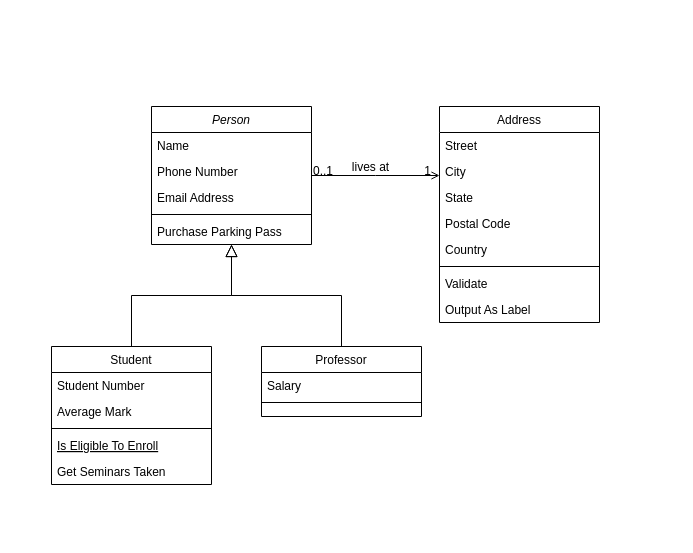
Before: hooligans.drawio in PerfectforRelegation/Hooligans_Server, a draw.io diagram. Source tidied: cells renumbered, new cells numbered last; positions are measured from the earlier drawing's top-left corner, leaving out a move shared by most shapes. Both pictures are drawn from the tidied source at 100%, with x=0, y=0 at pixel (51, 106).
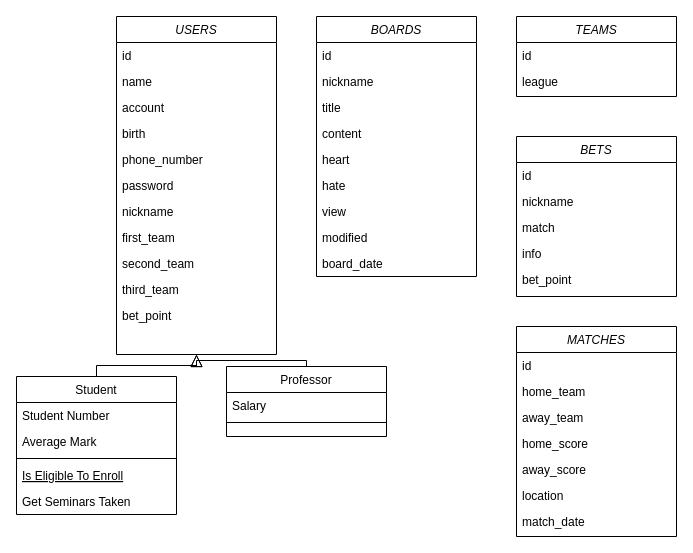
After the change.

Diff of the diagram source:
```diff
@@
-    <mxCell id="2" value="Person" style="swimlane;fontStyle=2;align=center;verticalAlign=top;horizontal=1;startSize=26;rounded=0;shadow=0;strokeWidth=1;" parent="1" vertex="1">
-      <mxGeometry x="100" width="160" height="138" as="geometry" />
+    <mxCell id="2" value="USERS" style="swimlane;fontStyle=2;align=center;verticalAlign=top;horizontal=1;startSize=26;rounded=0;shadow=0;strokeWidth=1;" parent="1" vertex="1">
+      <mxGeometry x="65" y="-90" width="160" height="338" as="geometry" />
     </mxCell>
-    <mxCell id="3" value="Name" style="text;align=left;verticalAlign=top;spacingLeft=4;spacingRight=4;overflow=hidden;" parent="2" vertex="1">
+    <mxCell id="3" value="id" style="text;align=left;verticalAlign=top;spacingLeft=4;spacingRight=4;overflow=hidden;" parent="2" vertex="1">
       <mxGeometry y="26" width="160" height="26" as="geometry" />
     </mxCell>
-    <mxCell id="4" value="Phone Number" style="text;align=left;verticalAlign=top;spacingLeft=4;spacingRight=4;overflow=hidden;rounded=0;shadow=0;html=0;" parent="2" vertex="1">
+    <mxCell id="4" value="name" style="text;align=left;verticalAlign=top;spacingLeft=4;spacingRight=4;overflow=hidden;rounded=0;shadow=0;html=0;" parent="2" vertex="1">
       <mxGeometry y="52" width="160" height="26" as="geometry" />
     </mxCell>
-    <mxCell id="5" value="Email Address" style="text;align=left;verticalAlign=top;spacingLeft=4;spacingRight=4;overflow=hidden;rounded=0;shadow=0;html=0;" parent="2" vertex="1">
+    <mxCell id="5" value="account" style="text;align=left;verticalAlign=top;spacingLeft=4;spacingRight=4;overflow=hidden;rounded=0;shadow=0;html=0;" parent="2" vertex="1">
       <mxGeometry y="78" width="160" height="26" as="geometry" />
     </mxCell>
-    <mxCell id="6" style="line;html=1;strokeWidth=1;align=left;verticalAlign=middle;spacingTop=-1;spacingLeft=3;spacingRight=3;labelPosition=right;" parent="2" vertex="1">
-      <mxGeometry y="104" width="160" height="8" as="geometry" />
-    </mxCell>
-    <mxCell id="7" value="Purchase Parking Pass" style="text;align=left;verticalAlign=top;spacingLeft=4;spacingRight=4;overflow=hidden;" parent="2" vertex="1">
-      <mxGeometry y="112" width="160" height="26" as="geometry" />
-    </mxCell>
+    <mxCell id="32" value="birth" style="text;align=left;verticalAlign=top;spacingLeft=4;spacingRight=4;overflow=hidden;rounded=0;shadow=0;html=0;" parent="2" vertex="1">
+      <mxGeometry y="104" width="160" height="26" as="geometry" />
+    </mxCell>
+    <mxCell id="33" value="phone_number" style="text;align=left;verticalAlign=top;spacingLeft=4;spacingRight=4;overflow=hidden;rounded=0;shadow=0;html=0;" parent="2" vertex="1">
+      <mxGeometry y="130" width="160" height="26" as="geometry" />
+    </mxCell>
+    <mxCell id="34" value="password" style="text;align=left;verticalAlign=top;spacingLeft=4;spacingRight=4;overflow=hidden;rounded=0;shadow=0;html=0;" parent="2" vertex="1">
+      <mxGeometry y="156" width="160" height="26" as="geometry" />
+    </mxCell>
+    <mxCell id="35" value="nickname" style="text;align=left;verticalAlign=top;spacingLeft=4;spacingRight=4;overflow=hidden;rounded=0;shadow=0;html=0;" parent="2" vertex="1">
+      <mxGeometry y="182" width="160" height="26" as="geometry" />
+    </mxCell>
+    <mxCell id="36" value="first_team" style="text;align=left;verticalAlign=top;spacingLeft=4;spacingRight=4;overflow=hidden;rounded=0;shadow=0;html=0;" parent="2" vertex="1">
+      <mxGeometry y="208" width="160" height="26" as="geometry" />
+    </mxCell>
+    <mxCell id="37" value="second_team" style="text;align=left;verticalAlign=top;spacingLeft=4;spacingRight=4;overflow=hidden;rounded=0;shadow=0;html=0;" parent="2" vertex="1">
+      <mxGeometry y="234" width="160" height="26" as="geometry" />
+    </mxCell>
+    <mxCell id="38" value="third_team" style="text;align=left;verticalAlign=top;spacingLeft=4;spacingRight=4;overflow=hidden;rounded=0;shadow=0;html=0;" parent="2" vertex="1">
+      <mxGeometry y="260" width="160" height="26" as="geometry" />
+    </mxCell>
+    <mxCell id="39" value="bet_point" style="text;align=left;verticalAlign=top;spacingLeft=4;spacingRight=4;overflow=hidden;rounded=0;shadow=0;html=0;" parent="2" vertex="1">
+      <mxGeometry y="286" width="160" height="26" as="geometry" />
+    </mxCell>
     <mxCell id="8" value="Student" style="swimlane;fontStyle=0;align=center;verticalAlign=top;horizontal=1;startSize=26;rounded=0;shadow=0;strokeWidth=1;" parent="1" vertex="1">
-      <mxGeometry y="240" width="160" height="138" as="geometry" />
+      <mxGeometry x="-35" y="270" width="160" height="138" as="geometry" />
     </mxCell>
@@
     <mxCell id="15" value="Professor" style="swimlane;fontStyle=0;align=center;verticalAlign=top;horizontal=1;startSize=26;rounded=0;shadow=0;strokeWidth=1;" parent="1" vertex="1">
-      <mxGeometry x="210" y="240" width="160" height="70" as="geometry" />
+      <mxGeometry x="175" y="260" width="160" height="70" as="geometry" />
     </mxCell>
@@
-    <mxCell id="19" value="Address" style="swimlane;fontStyle=0;align=center;verticalAlign=top;horizontal=1;startSize=26;rounded=0;shadow=0;strokeWidth=1;" parent="1" vertex="1">
-      <mxGeometry x="388" width="160" height="216" as="geometry" />
-    </mxCell>
-    <mxCell id="20" value="Street" style="text;align=left;verticalAlign=top;spacingLeft=4;spacingRight=4;overflow=hidden;" parent="19" vertex="1">
-      <mxGeometry y="26" width="160" height="26" as="geometry" />
-    </mxCell>
-    <mxCell id="21" value="City" style="text;align=left;verticalAlign=top;spacingLeft=4;spacingRight=4;overflow=hidden;rounded=0;shadow=0;html=0;" parent="19" vertex="1">
-      <mxGeometry y="52" width="160" height="26" as="geometry" />
-    </mxCell>
-    <mxCell id="22" value="State" style="text;align=left;verticalAlign=top;spacingLeft=4;spacingRight=4;overflow=hidden;rounded=0;shadow=0;html=0;" parent="19" vertex="1">
-      <mxGeometry y="78" width="160" height="26" as="geometry" />
-    </mxCell>
-    <mxCell id="23" value="Postal Code" style="text;align=left;verticalAlign=top;spacingLeft=4;spacingRight=4;overflow=hidden;rounded=0;shadow=0;html=0;" parent="19" vertex="1">
-      <mxGeometry y="104" width="160" height="26" as="geometry" />
-    </mxCell>
-    <mxCell id="24" value="Country" style="text;align=left;verticalAlign=top;spacingLeft=4;spacingRight=4;overflow=hidden;rounded=0;shadow=0;html=0;" parent="19" vertex="1">
-      <mxGeometry y="130" width="160" height="26" as="geometry" />
-    </mxCell>
-    <mxCell id="25" style="line;html=1;strokeWidth=1;align=left;verticalAlign=middle;spacingTop=-1;spacingLeft=3;spacingRight=3;labelPosition=right;" parent="19" vertex="1">
-      <mxGeometry y="156" width="160" height="8" as="geometry" />
-    </mxCell>
-    <mxCell id="26" value="Validate" style="text;align=left;verticalAlign=top;spacingLeft=4;spacingRight=4;overflow=hidden;" parent="19" vertex="1">
-      <mxGeometry y="164" width="160" height="26" as="geometry" />
-    </mxCell>
-    <mxCell id="27" value="Output As Label" style="text;align=left;verticalAlign=top;spacingLeft=4;spacingRight=4;overflow=hidden;" parent="19" vertex="1">
-      <mxGeometry y="190" width="160" height="26" as="geometry" />
-    </mxCell>
-    <mxCell id="28" style="endArrow=open;shadow=0;strokeWidth=1;rounded=0;endFill=1;edgeStyle=elbowEdgeStyle;elbow=vertical;" parent="1" edge="1" source="2" target="19">
-      <mxGeometry x="0.5" y="41" relative="1" as="geometry">
-        <mxPoint x="-40" y="32" as="offset" />
-      </mxGeometry>
-    </mxCell>
-    <mxCell id="29" value="0..1" style="align=left;verticalAlign=bottom;labelBackgroundColor=none;fontSize=12;" parent="28" vertex="1">
-      <mxGeometry x="-1" relative="1" as="geometry">
-        <mxPoint y="4" as="offset" />
-      </mxGeometry>
-    </mxCell>
-    <mxCell id="30" value="1" style="align=right;verticalAlign=bottom;labelBackgroundColor=none;fontSize=12;" parent="28" vertex="1">
-      <mxGeometry x="1" relative="1" as="geometry">
-        <mxPoint x="-7" y="4" as="offset" />
-      </mxGeometry>
-    </mxCell>
-    <mxCell id="31" value="lives at" style="text;html=1;align=center;verticalAlign=middle;labelBackgroundColor=none;rounded=0;shadow=0;strokeWidth=1;fontSize=12;" parent="28" vertex="1">
-      <mxGeometry x="0.5" y="49" relative="1" as="geometry">
-        <mxPoint x="-38" y="40" as="offset" />
-      </mxGeometry>
-    </mxCell>
+    <mxCell id="40" value="BOARDS" style="swimlane;fontStyle=2;align=center;verticalAlign=top;horizontal=1;startSize=26;rounded=0;shadow=0;strokeWidth=1;" parent="1" vertex="1">
+      <mxGeometry x="265" y="-90" width="160" height="260" as="geometry" />
+    </mxCell>
+    <mxCell id="41" value="id" style="text;align=left;verticalAlign=top;spacingLeft=4;spacingRight=4;overflow=hidden;" parent="40" vertex="1">
+      <mxGeometry y="26" width="160" height="26" as="geometry" />
+    </mxCell>
+    <mxCell id="42" value="nickname" style="text;align=left;verticalAlign=top;spacingLeft=4;spacingRight=4;overflow=hidden;rounded=0;shadow=0;html=0;" parent="40" vertex="1">
+      <mxGeometry y="52" width="160" height="26" as="geometry" />
+    </mxCell>
+    <mxCell id="43" value="title" style="text;align=left;verticalAlign=top;spacingLeft=4;spacingRight=4;overflow=hidden;rounded=0;shadow=0;html=0;" parent="40" vertex="1">
+      <mxGeometry y="78" width="160" height="26" as="geometry" />
+    </mxCell>
+    <mxCell id="44" value="content" style="text;align=left;verticalAlign=top;spacingLeft=4;spacingRight=4;overflow=hidden;rounded=0;shadow=0;html=0;" parent="40" vertex="1">
+      <mxGeometry y="104" width="160" height="26" as="geometry" />
+    </mxCell>
+    <mxCell id="45" value="heart" style="text;align=left;verticalAlign=top;spacingLeft=4;spacingRight=4;overflow=hidden;rounded=0;shadow=0;html=0;" parent="40" vertex="1">
+      <mxGeometry y="130" width="160" height="26" as="geometry" />
+    </mxCell>
+    <mxCell id="46" value="hate" style="text;align=left;verticalAlign=top;spacingLeft=4;spacingRight=4;overflow=hidden;rounded=0;shadow=0;html=0;" parent="40" vertex="1">
+      <mxGeometry y="156" width="160" height="26" as="geometry" />
+    </mxCell>
+    <mxCell id="47" value="view" style="text;align=left;verticalAlign=top;spacingLeft=4;spacingRight=4;overflow=hidden;rounded=0;shadow=0;html=0;" parent="40" vertex="1">
+      <mxGeometry y="182" width="160" height="26" as="geometry" />
+    </mxCell>
+    <mxCell id="48" value="modified" style="text;align=left;verticalAlign=top;spacingLeft=4;spacingRight=4;overflow=hidden;rounded=0;shadow=0;html=0;" parent="40" vertex="1">
+      <mxGeometry y="208" width="160" height="26" as="geometry" />
+    </mxCell>
+    <mxCell id="49" value="board_date" style="text;align=left;verticalAlign=top;spacingLeft=4;spacingRight=4;overflow=hidden;rounded=0;shadow=0;html=0;" parent="40" vertex="1">
+      <mxGeometry y="234" width="160" height="26" as="geometry" />
+    </mxCell>
+    <mxCell id="50" value="TEAMS" style="swimlane;fontStyle=2;align=center;verticalAlign=top;horizontal=1;startSize=26;rounded=0;shadow=0;strokeWidth=1;" parent="1" vertex="1">
+      <mxGeometry x="465" y="-90" width="160" height="80" as="geometry" />
+    </mxCell>
+    <mxCell id="51" value="id" style="text;align=left;verticalAlign=top;spacingLeft=4;spacingRight=4;overflow=hidden;" parent="50" vertex="1">
+      <mxGeometry y="26" width="160" height="26" as="geometry" />
+    </mxCell>
+    <mxCell id="52" value="league" style="text;align=left;verticalAlign=top;spacingLeft=4;spacingRight=4;overflow=hidden;rounded=0;shadow=0;html=0;" parent="50" vertex="1">
+      <mxGeometry y="52" width="160" height="26" as="geometry" />
+    </mxCell>
+    <mxCell id="53" value="MATCHES" style="swimlane;fontStyle=2;align=center;verticalAlign=top;horizontal=1;startSize=26;rounded=0;shadow=0;strokeWidth=1;" parent="1" vertex="1">
+      <mxGeometry x="465" y="220" width="160" height="210" as="geometry" />
+    </mxCell>
+    <mxCell id="54" value="id" style="text;align=left;verticalAlign=top;spacingLeft=4;spacingRight=4;overflow=hidden;" parent="53" vertex="1">
+      <mxGeometry y="26" width="160" height="26" as="geometry" />
+    </mxCell>
+    <mxCell id="55" value="home_team" style="text;align=left;verticalAlign=top;spacingLeft=4;spacingRight=4;overflow=hidden;rounded=0;shadow=0;html=0;" parent="53" vertex="1">
+      <mxGeometry y="52" width="160" height="26" as="geometry" />
+    </mxCell>
+    <mxCell id="56" value="away_team" style="text;align=left;verticalAlign=top;spacingLeft=4;spacingRight=4;overflow=hidden;rounded=0;shadow=0;html=0;" parent="53" vertex="1">
+      <mxGeometry y="78" width="160" height="26" as="geometry" />
+    </mxCell>
+    <mxCell id="57" value="home_score" style="text;align=left;verticalAlign=top;spacingLeft=4;spacingRight=4;overflow=hidden;rounded=0;shadow=0;html=0;" parent="53" vertex="1">
+      <mxGeometry y="104" width="160" height="26" as="geometry" />
+    </mxCell>
+    <mxCell id="58" value="away_score" style="text;align=left;verticalAlign=top;spacingLeft=4;spacingRight=4;overflow=hidden;rounded=0;shadow=0;html=0;" parent="53" vertex="1">
+      <mxGeometry y="130" width="160" height="26" as="geometry" />
+    </mxCell>
+    <mxCell id="59" value="location" style="text;align=left;verticalAlign=top;spacingLeft=4;spacingRight=4;overflow=hidden;rounded=0;shadow=0;html=0;" parent="53" vertex="1">
+      <mxGeometry y="156" width="160" height="26" as="geometry" />
+    </mxCell>
+    <mxCell id="60" value="match_date" style="text;align=left;verticalAlign=top;spacingLeft=4;spacingRight=4;overflow=hidden;rounded=0;shadow=0;html=0;" parent="53" vertex="1">
+      <mxGeometry y="182" width="160" height="26" as="geometry" />
+    </mxCell>
+    <mxCell id="61" value="BETS" style="swimlane;fontStyle=2;align=center;verticalAlign=top;horizontal=1;startSize=26;rounded=0;shadow=0;strokeWidth=1;" parent="1" vertex="1">
+      <mxGeometry x="465" y="30" width="160" height="160" as="geometry" />
+    </mxCell>
+    <mxCell id="62" value="id" style="text;align=left;verticalAlign=top;spacingLeft=4;spacingRight=4;overflow=hidden;" parent="61" vertex="1">
+      <mxGeometry y="26" width="160" height="26" as="geometry" />
+    </mxCell>
+    <mxCell id="63" value="nickname" style="text;align=left;verticalAlign=top;spacingLeft=4;spacingRight=4;overflow=hidden;rounded=0;shadow=0;html=0;" parent="61" vertex="1">
+      <mxGeometry y="52" width="160" height="26" as="geometry" />
+    </mxCell>
+    <mxCell id="64" value="match" style="text;align=left;verticalAlign=top;spacingLeft=4;spacingRight=4;overflow=hidden;rounded=0;shadow=0;html=0;" parent="61" vertex="1">
+      <mxGeometry y="78" width="160" height="26" as="geometry" />
+    </mxCell>
+    <mxCell id="65" value="info" style="text;align=left;verticalAlign=top;spacingLeft=4;spacingRight=4;overflow=hidden;rounded=0;shadow=0;html=0;" parent="61" vertex="1">
+      <mxGeometry y="104" width="160" height="26" as="geometry" />
+    </mxCell>
+    <mxCell id="66" value="bet_point" style="text;align=left;verticalAlign=top;spacingLeft=4;spacingRight=4;overflow=hidden;rounded=0;shadow=0;html=0;" parent="61" vertex="1">
+      <mxGeometry y="130" width="160" height="26" as="geometry" />
+    </mxCell>
```
